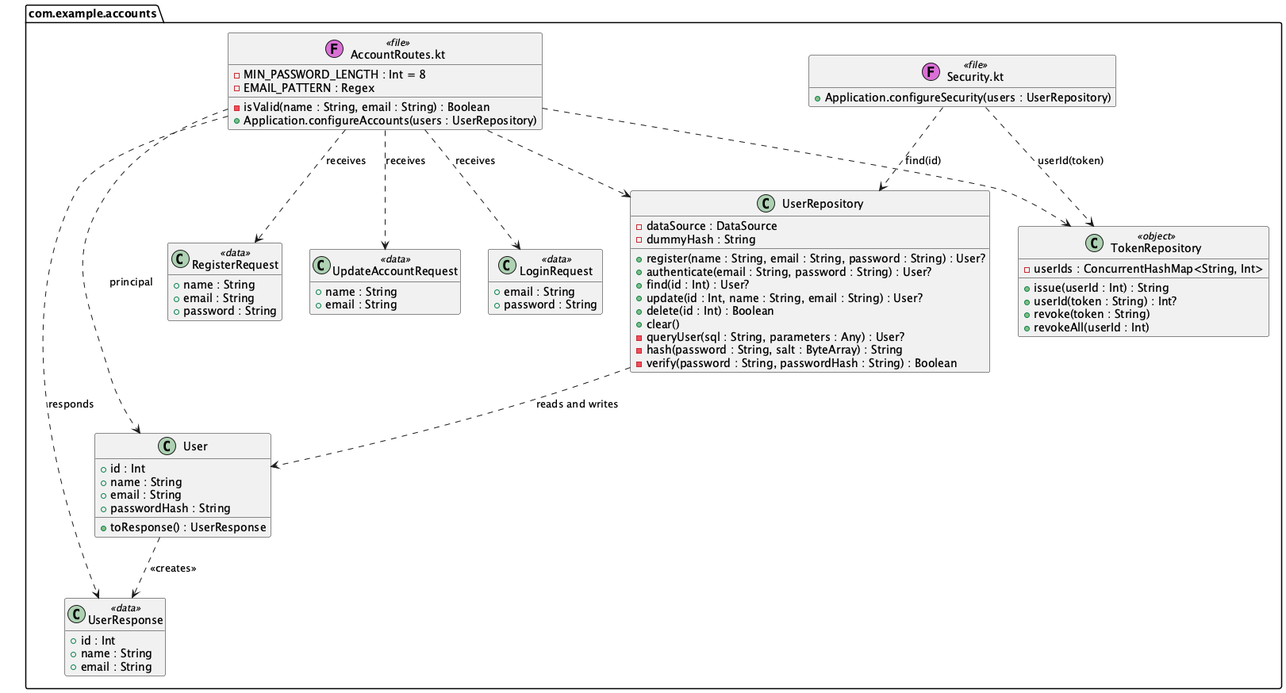
Rent-a-car-38291/rent-a-car keeps this PlantUML diagram as docs/diagrams/class-accounts.png. Above is the earlier version.
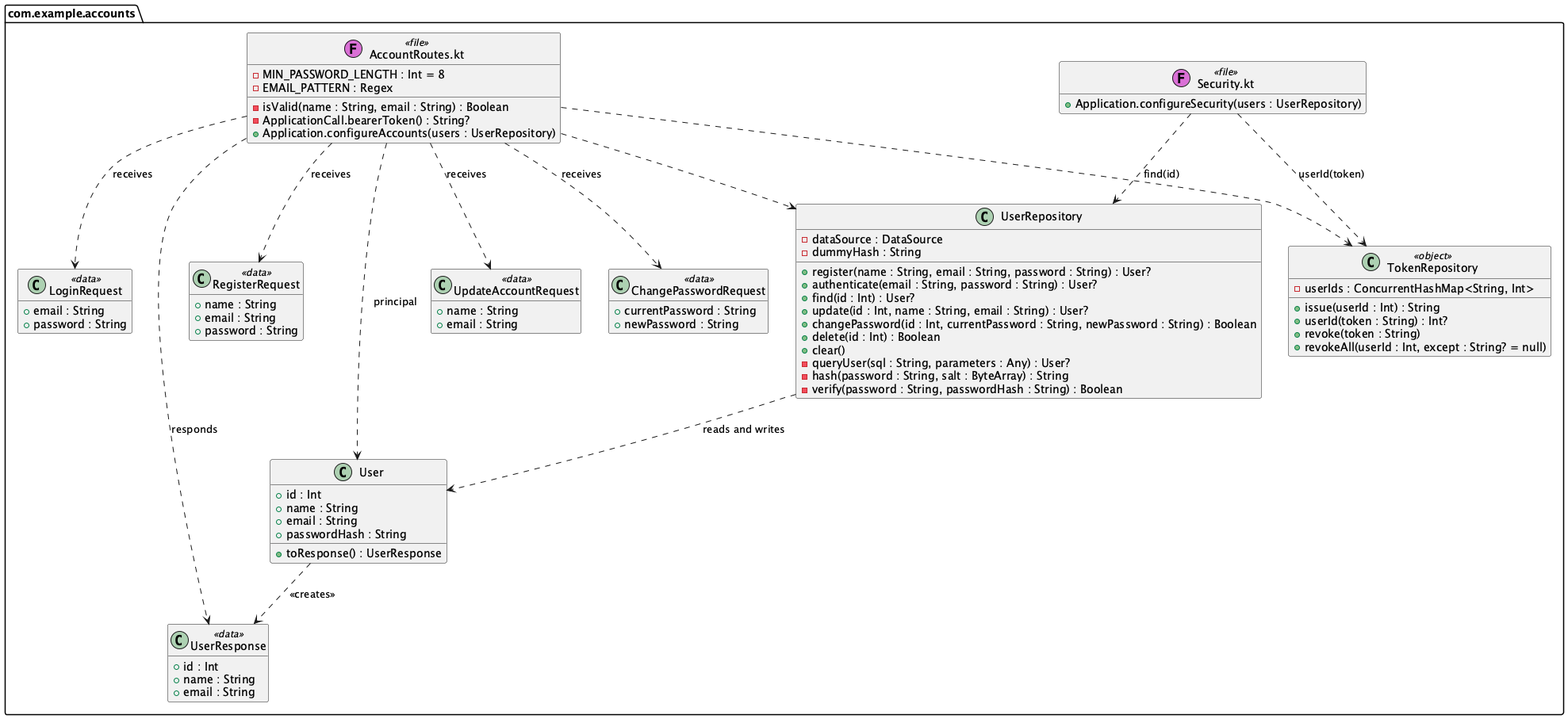
The same diagram one commit later.

Change to the diagram source:
```diff
@@ -7,6 +7,7 @@
     - MIN_PASSWORD_LENGTH : Int = 8
     - EMAIL_PATTERN : Regex
     - isValid(name : String, email : String) : Boolean
+    - ApplicationCall.bearerToken() : String?
     + Application.configureAccounts(users : UserRepository)
   }
   class "Security.kt" as Security <<(F,orchid) file>> {
@@ -28,6 +29,10 @@
     + name : String
     + email : String
   }
+  class ChangePasswordRequest <<data>> {
+    + currentPassword : String
+    + newPassword : String
+  }
   class LoginRequest <<data>> {
     + email : String
     + password : String
@@ -44,6 +49,7 @@
     + authenticate(email : String, password : String) : User?
     + find(id : Int) : User?
     + update(id : Int, name : String, email : String) : User?
+    + changePassword(id : Int, currentPassword : String, newPassword : String) : Boolean
     + delete(id : Int) : Boolean
     + clear()
     - queryUser(sql : String, parameters : Any) : User?
@@ -55,7 +61,7 @@
     + issue(userId : Int) : String
     + userId(token : String) : Int?
     + revoke(token : String)
-    + revokeAll(userId : Int)
+    + revokeAll(userId : Int, except : String? = null)
   }
 }
 
@@ -64,6 +70,7 @@
 AccountRoutes ..> RegisterRequest : receives
 AccountRoutes ..> LoginRequest : receives
 AccountRoutes ..> UpdateAccountRequest : receives
+AccountRoutes ..> ChangePasswordRequest : receives
 AccountRoutes ..> UserResponse : responds
 AccountRoutes ..> User : principal
 AccountRoutes ..> UserRepository
```
